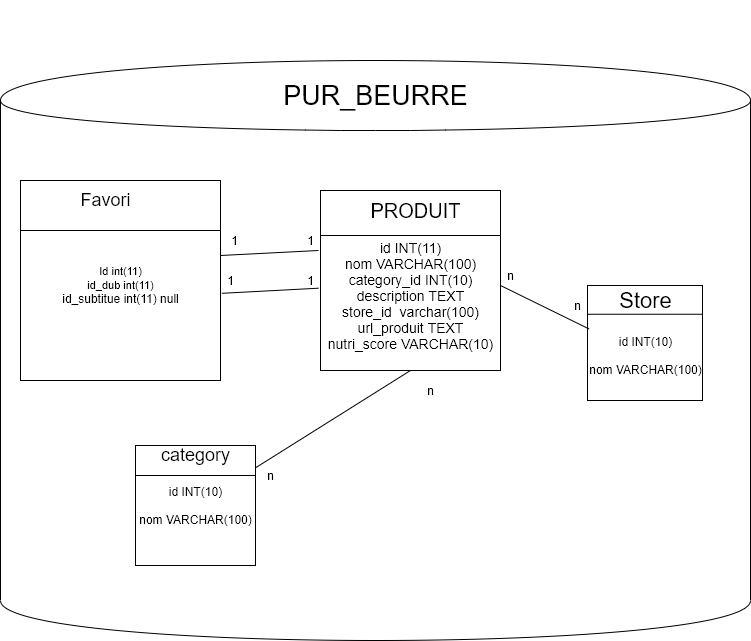
fakko77/OpenFoodFacts keeps this draw.io diagram as db p5.PNG. Above is the earlier version. Source tidied: cells renumbered, new cells last; positions are measured from the earlier drawing's top-left corner, leaving out a move shared by most shapes.
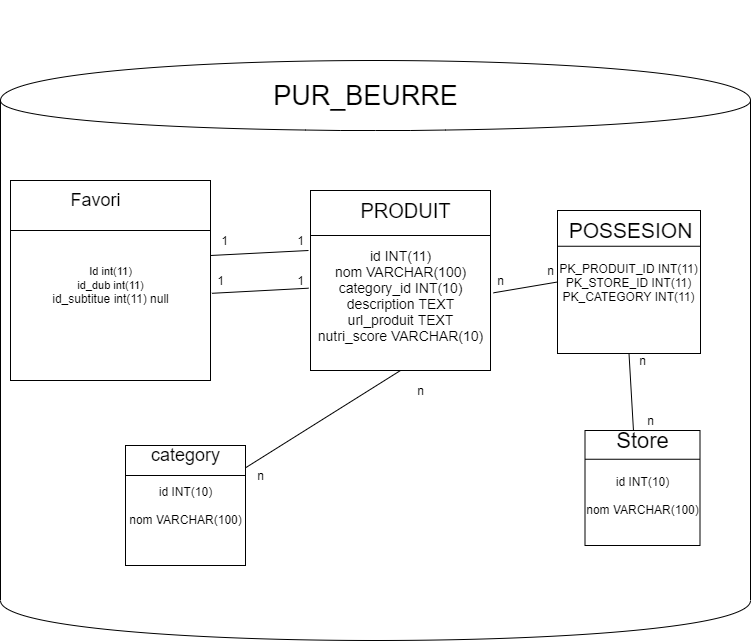
Later version of the same file.

Diff of the diagram source:
```diff
@@ -3,7 +3,7 @@
     <mxCell id="0" />
     <mxCell id="1" parent="0" />
     <mxCell id="2" style="shape=cylinder;whiteSpace=wrap;html=1;boundedLbl=1;backgroundOutline=1;" parent="1" vertex="1">
-      <mxGeometry y="60" width="750" height="580" as="geometry" />
+      <mxGeometry x="10" y="60" width="750" height="580" as="geometry" />
     </mxCell>
     <mxCell id="3" value="&lt;p style=&quot;line-height: 470% ; font-size: 27px&quot;&gt;PUR_BEURRE&lt;/p&gt;" style="text;html=1;align=center;verticalAlign=middle;" parent="1" vertex="1">
       <mxGeometry x="275" width="200" height="190" as="geometry" />
@@ -47,7 +47,7 @@
     <mxCell id="16" style="endArrow=none;html=1;entryX=0.5;entryY=1;entryDx=0;entryDy=0;" parent="1" edge="1" source="6" target="5">
       <mxGeometry relative="1" as="geometry" />
     </mxCell>
-    <mxCell id="17" value="&lt;font style=&quot;font-size: 14px&quot;&gt;id INT(11)&lt;br&gt;nom VARCHAR(100)&lt;br&gt;category_id INT(10)&lt;br&gt;description TEXT&lt;br&gt;store_id&amp;nbsp; varchar(100)&lt;br&gt;url_produit TEXT&lt;br&gt;nutri_score VARCHAR(10)&lt;/font&gt;" style="text;html=1;align=center;verticalAlign=middle;points=[];" parent="1" vertex="1">
+    <mxCell id="17" value="&lt;font style=&quot;font-size: 14px&quot;&gt;id INT(11)&lt;br&gt;nom VARCHAR(100)&lt;br&gt;category_id INT(10)&lt;br&gt;description TEXT&lt;br&gt;url_produit TEXT&lt;br&gt;nutri_score VARCHAR(10)&lt;/font&gt;" style="text;html=1;align=center;verticalAlign=middle;points=[];" parent="1" vertex="1">
       <mxGeometry x="320" y="245" width="180" height="100" as="geometry" />
     </mxCell>
     <mxCell id="18" style="edgeStyle=orthogonalEdgeStyle;rounded=0;orthogonalLoop=1;jettySize=auto;html=1;exitX=0.5;exitY=1;exitDx=0;exitDy=0;" parent="1" edge="1" source="5" target="5">
@@ -77,25 +77,43 @@
       <mxGeometry x="224" y="230" width="20" height="20" as="geometry" />
     </mxCell>
     <mxCell id="26" style="whiteSpace=wrap;html=1;" parent="1" vertex="1">
-      <mxGeometry x="587" y="285" width="115" height="115" as="geometry" />
+      <mxGeometry x="594.5" y="430" width="115" height="115" as="geometry" />
     </mxCell>
     <mxCell id="27" value="&lt;span style=&quot;font-size: 22px&quot;&gt;Store&lt;/span&gt;" style="text;html=1;align=center;verticalAlign=middle;points=[];" parent="1" vertex="1">
-      <mxGeometry x="609.5" y="290" width="70" height="20" as="geometry" />
+      <mxGeometry x="617" y="430" width="70" height="20" as="geometry" />
     </mxCell>
     <mxCell id="28" value="&lt;font style=&quot;font-size: 12px&quot;&gt;id INT(10)&lt;br&gt;&lt;br&gt;nom VARCHAR(100)&lt;/font&gt;" style="text;html=1;align=center;verticalAlign=middle;points=[];" parent="1" vertex="1">
-      <mxGeometry x="579.5" y="330" width="130" height="50" as="geometry" />
+      <mxGeometry x="587" y="470" width="130" height="50" as="geometry" />
     </mxCell>
     <mxCell id="29" style="endArrow=none;html=1;entryX=1;entryY=0.25;entryDx=0;entryDy=0;exitX=0;exitY=0.25;exitDx=0;exitDy=0;" parent="1" edge="1" source="26" target="26">
       <mxGeometry relative="1" as="geometry" />
     </mxCell>
-    <mxCell id="30" style="endArrow=none;html=1;entryX=1;entryY=0.4;entryDx=0;entryDy=0;entryPerimeter=0;exitX=0.069;exitY=-0.032;exitDx=0;exitDy=0;exitPerimeter=0;" parent="1" edge="1" source="28" target="17">
-      <mxGeometry relative="1" as="geometry" />
-    </mxCell>
-    <mxCell id="31" value="n" style="text;html=1;align=center;verticalAlign=middle;" parent="1" vertex="1">
-      <mxGeometry x="500" y="265" width="20" height="20" as="geometry" />
-    </mxCell>
-    <mxCell id="32" value="n" style="text;html=1;align=center;verticalAlign=middle;" parent="1" vertex="1">
-      <mxGeometry x="567" y="295" width="20" height="20" as="geometry" />
-    </mxCell>
+    <mxCell id="33" value="&lt;span&gt;PK_PRODUIT_ID INT(11)&lt;br&gt;PK_STORE_ID INT(11)&lt;br&gt;PK_CATEGORY INT(11)&lt;br&gt;&lt;/span&gt;" style="whiteSpace=wrap;html=1;" parent="1" vertex="1">
+      <mxGeometry x="567" y="210" width="143" height="143" as="geometry" />
+    </mxCell>
+    <mxCell id="34" style="endArrow=none;html=1;entryX=1;entryY=0.25;entryDx=0;entryDy=0;exitX=0;exitY=0.25;exitDx=0;exitDy=0;" parent="1" edge="1" source="33" target="33">
+      <mxGeometry relative="1" as="geometry" />
+    </mxCell>
+    <mxCell id="35" style="endArrow=none;html=1;entryX=0;entryY=0.5;entryDx=0;entryDy=0;exitX=1.017;exitY=0.473;exitDx=0;exitDy=0;exitPerimeter=0;" parent="1" edge="1" source="17" target="33">
+      <mxGeometry relative="1" as="geometry" />
+    </mxCell>
+    <mxCell id="36" style="endArrow=none;html=1;entryX=0.5;entryY=1;entryDx=0;entryDy=0;exitX=0.371;exitY=0;exitDx=0;exitDy=0;exitPerimeter=0;" parent="1" edge="1" source="27" target="33">
+      <mxGeometry relative="1" as="geometry" />
+    </mxCell>
+    <mxCell id="37" value="n" style="text;html=1;align=center;verticalAlign=middle;" parent="1" vertex="1">
+      <mxGeometry x="500" y="270" width="20" height="20" as="geometry" />
+    </mxCell>
+    <mxCell id="38" value="n" style="text;html=1;align=center;verticalAlign=middle;" parent="1" vertex="1">
+      <mxGeometry x="550" y="260" width="20" height="20" as="geometry" />
+    </mxCell>
+    <mxCell id="39" value="n" style="text;html=1;align=center;verticalAlign=middle;" parent="1" vertex="1">
+      <mxGeometry x="642" y="350" width="20" height="20" as="geometry" />
+    </mxCell>
+    <mxCell id="40" value="n" style="text;html=1;align=center;verticalAlign=middle;" parent="1" vertex="1">
+      <mxGeometry x="650" y="410" width="20" height="20" as="geometry" />
+    </mxCell>
+    <mxCell id="41" value="&lt;span style=&quot;font-size: 21px&quot;&gt;POSSESION&lt;/span&gt;" style="text;html=1;align=center;verticalAlign=middle;" parent="1" vertex="1">
+      <mxGeometry x="570" y="220" width="140" height="20" as="geometry" />
+    </mxCell>
   </root>
 </mxGraphModel>
```
